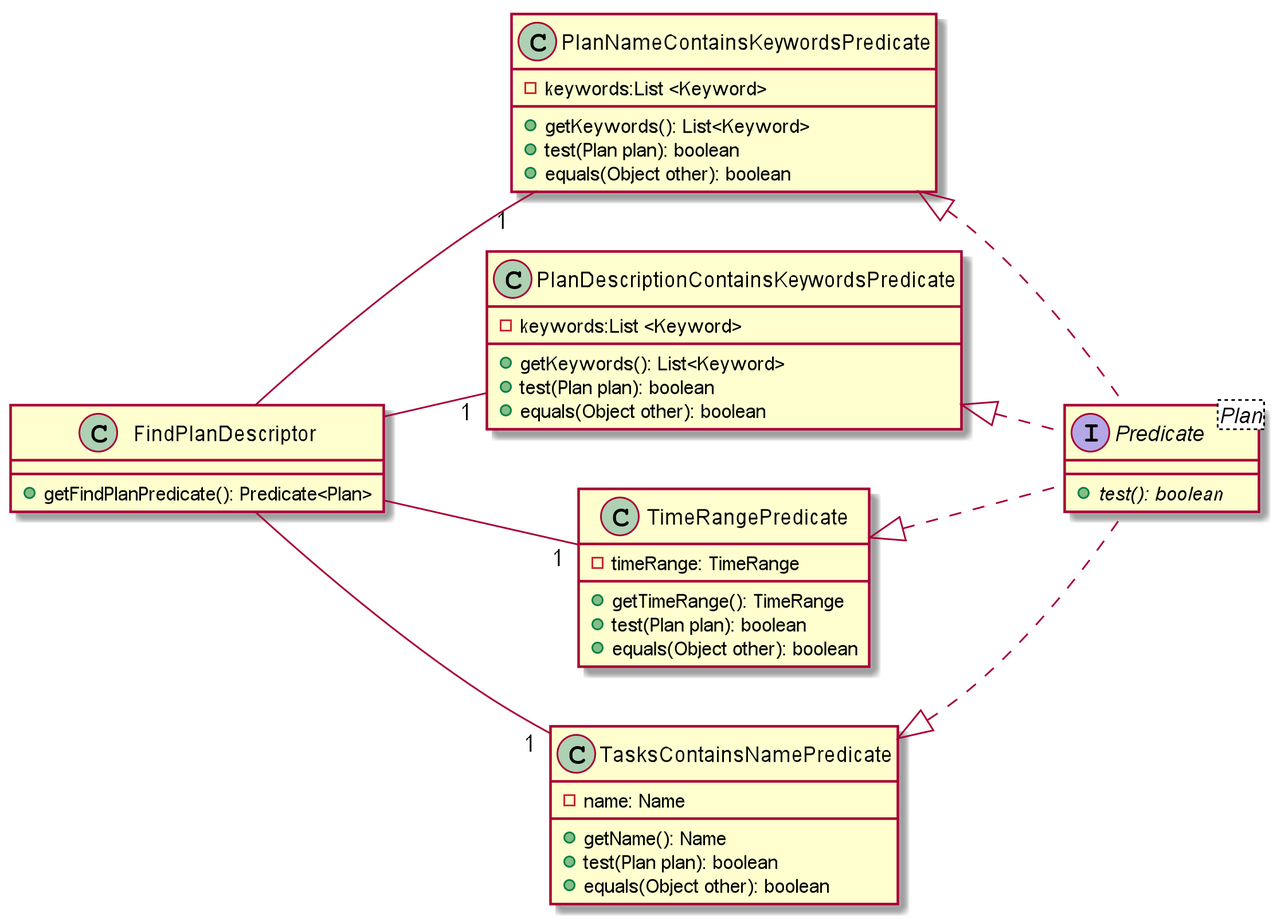
nus-cs2103-AY1920S1/addressbook-level3 keeps this PlantUML diagram as docs/images/plan/FindPlanDescriptorClassDiagram.png. Above is the earlier version.
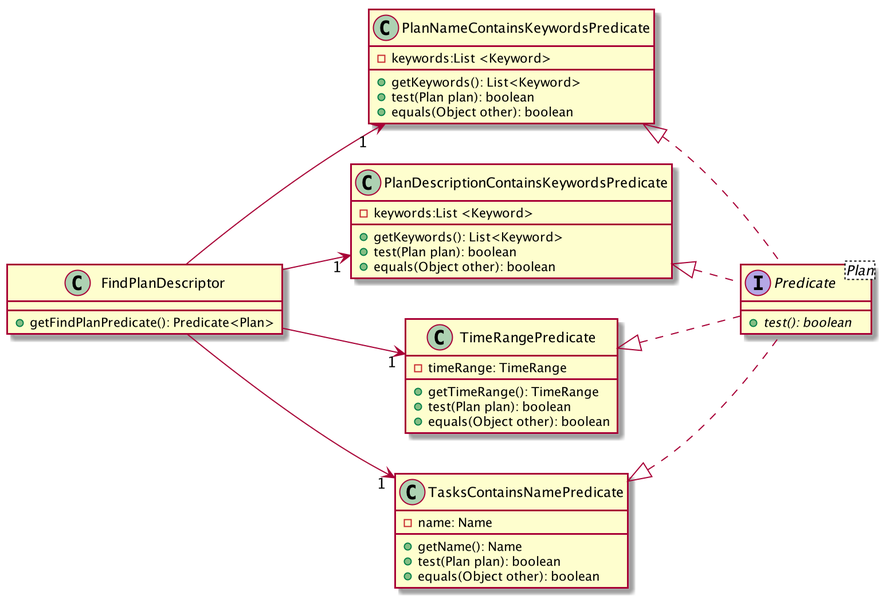
Later version of the same file.

The edit, as a diff of the source:
```diff
@@ -33,10 +33,10 @@
     + {abstract} test(): boolean
 }
 
-FindPlanDescriptor --"1" PlanNameContainsKeywordsPredicate
-FindPlanDescriptor --"1" PlanDescriptionContainsKeywordsPredicate
-FindPlanDescriptor --"1" TimeRangePredicate
-FindPlanDescriptor --"1" TasksContainsNamePredicate
+FindPlanDescriptor -->"1" PlanNameContainsKeywordsPredicate
+FindPlanDescriptor -->"1" PlanDescriptionContainsKeywordsPredicate
+FindPlanDescriptor -->"1" TimeRangePredicate
+FindPlanDescriptor -->"1" TasksContainsNamePredicate
 PlanNameContainsKeywordsPredicate <|.. Predicate
 PlanDescriptionContainsKeywordsPredicate <|.. Predicate
 TimeRangePredicate <|.. Predicate
```
